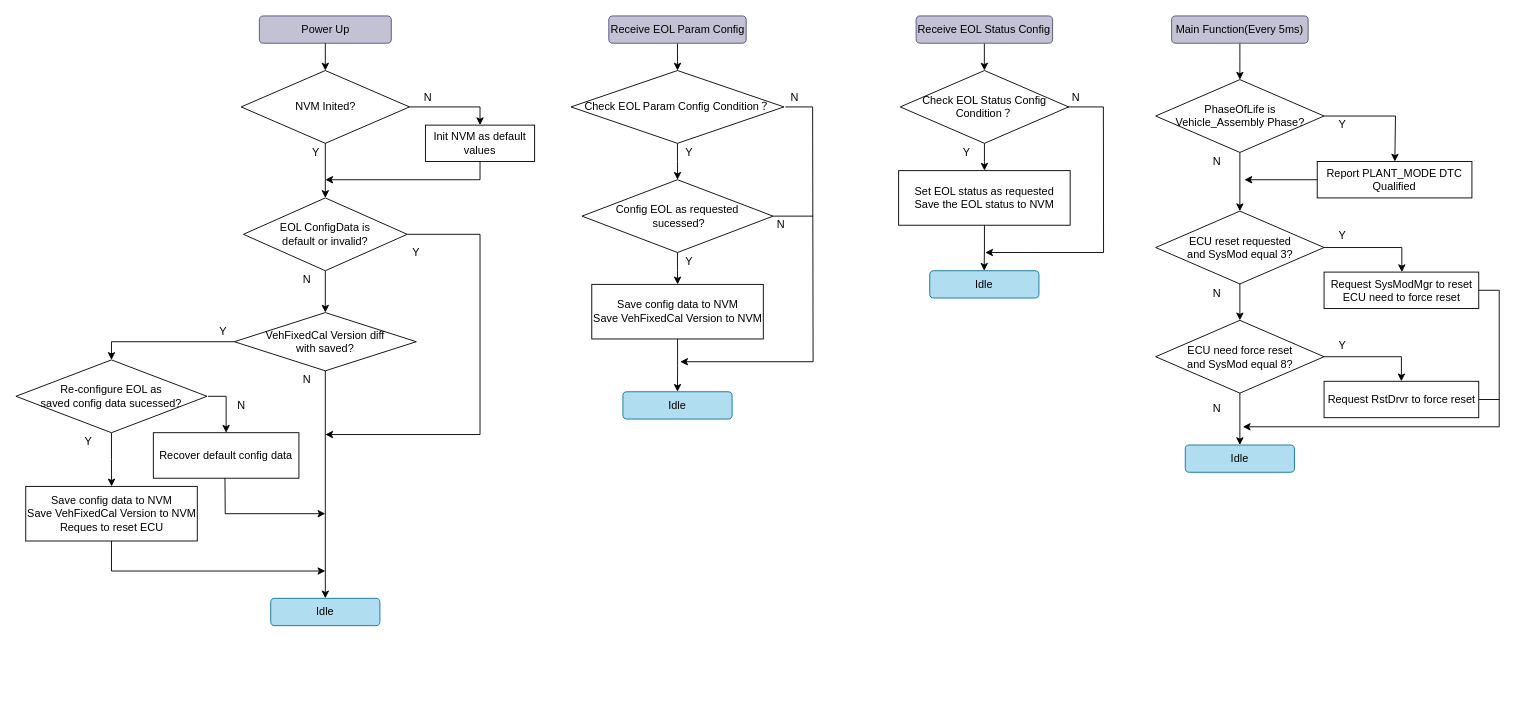
Before: BYD_MR.drawio in woshitanwang/pics_procdure, a draw.io diagram. Source tidied: cells renumbered, new cells numbered last; positions are measured from the earlier drawing's top-left corner, leaving out a move shared by most shapes. Both pictures are drawn from the tidied source at 91%, with x=0, y=0 at pixel (15, 15).
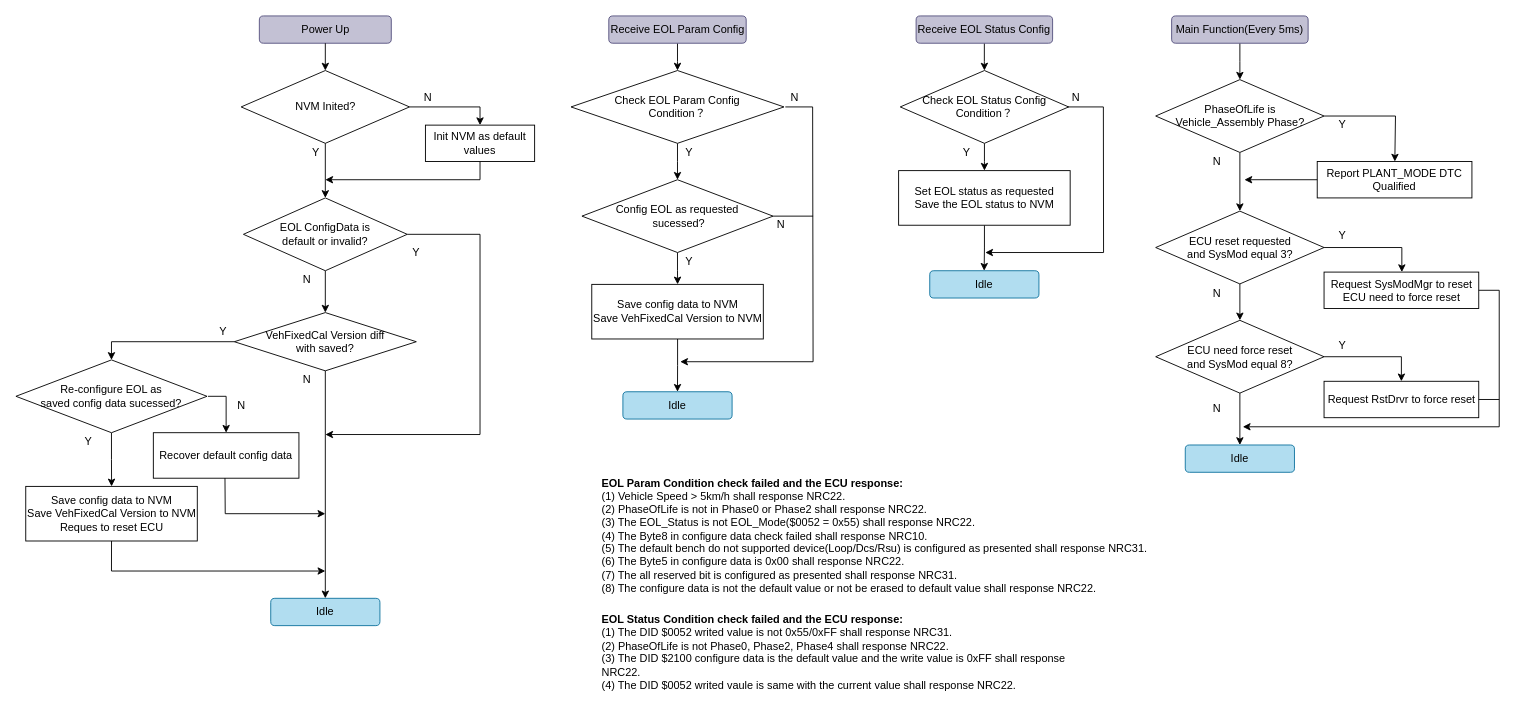
The same page after the edit.

Change to the diagram source:
```diff
@@
-    <mxCell id="24" value="Check EOL Param Config Condition？" style="rhombus;whiteSpace=wrap;html=1;" parent="1" vertex="1">
+    <mxCell id="24" value="Check EOL Param Config &lt;br&gt;Condition？" style="rhombus;whiteSpace=wrap;html=1;" parent="1" vertex="1">
       <mxGeometry x="610" y="60" width="234" height="80" as="geometry" />
     </mxCell>
@@
+    <mxCell id="81" value="&lt;b&gt;EOL Param Condition check failed and the ECU response:&lt;/b&gt;&lt;br&gt;(1) Vehicle Speed &amp;gt; 5km/h shall response NRC22.&lt;br&gt;(2) PhaseOfLife is not in Phase0 or Phase2 shall response NRC22.&lt;br&gt;(3) The EOL_Status is not EOL_Mode($0052 = 0x55) shall response NRC22.&lt;br&gt;(4) The Byte8 in configure data check failed shall response NRC10.&lt;br&gt;(5) The default bench do not supported device(Loop/Dcs/Rsu) is configured as presented shall response NRC31.&lt;br&gt;(6) The Byte5 in configure data is 0x00 shall response NRC22.&lt;br&gt;(7) The all reserved bit is configured as presented shall response NRC31.&lt;br&gt;(8) The configure data is not the default value or not be erased to default value shall response NRC22." style="text;whiteSpace=wrap;html=1;" parent="1" vertex="1">
+      <mxGeometry x="641.8" y="500" width="610.8" height="138.5" as="geometry" />
+    </mxCell>
+    <mxCell id="82" value="&lt;b&gt;EOL Status Condition check failed and the ECU response:&lt;/b&gt;&lt;br&gt;(1) The DID $0052 writed value is not 0x55/0xFF shall response NRC31.&lt;br&gt;(2) PhaseOfLife is not Phase0, Phase2, Phase4 shall response NRC22.&lt;br&gt;(3) The DID $2100 configure data is the default value and the write value is 0xFF shall response NRC22.&lt;br&gt;(4) The DID $0052 writed vaule is same with the current value shall response NRC22." style="text;whiteSpace=wrap;html=1;" parent="1" vertex="1">
+      <mxGeometry x="641.8" y="650" width="550" height="100" as="geometry" />
+    </mxCell>
```
